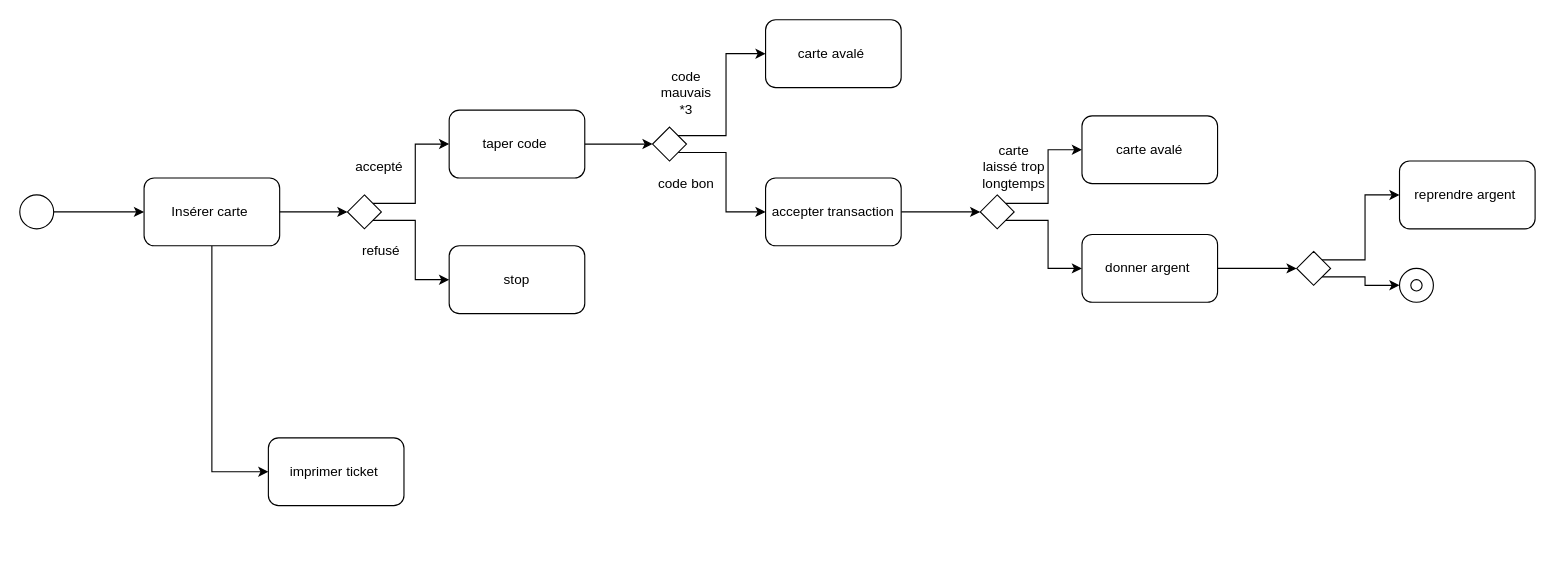
The draw.io diagram TD2/exercice_cours_C5.drawio in AlexisCou/Analyse, before the edit. Source tidied: cells renumbered, new cells numbered last; positions are measured from the earlier drawing's top-left corner, leaving out a move shared by most shapes. Both pictures are drawn from the tidied source at 113%, with x=0, y=0 at pixel (19, 19).
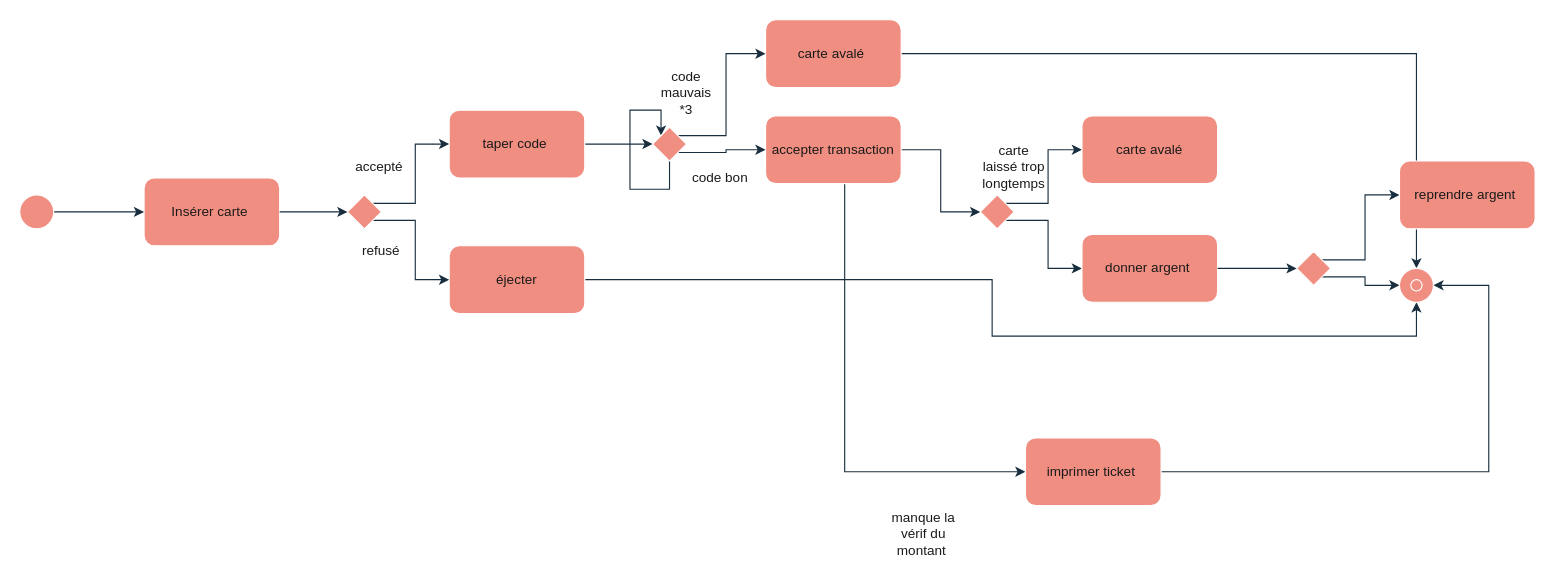
After the change.

Commit message:
Mettre à jour exercice_cours_C5.drawio

Change to the diagram source:
```diff
@@
-    <mxCell id="2" style="edgeStyle=orthogonalEdgeStyle;rounded=0;jettySize=auto;html=1;exitX=0.5;exitY=1;exitDx=0;exitDy=0;entryX=0;entryY=0.5;entryDx=0;entryDy=0;" parent="1" edge="1" source="3" target="23">
-      <mxGeometry relative="1" as="geometry" />
+    <mxCell id="2" style="edgeStyle=orthogonalEdgeStyle;rounded=0;jettySize=auto;html=1;exitX=0.5;exitY=1;exitDx=0;exitDy=0;entryX=0;entryY=0.5;entryDx=0;entryDy=0;labelBackgroundColor=none;strokeColor=#182E3E;fontColor=default;" parent="1" edge="1" target="23">
+      <mxGeometry relative="1" as="geometry">
+        <mxPoint x="730" y="145" as="sourcePoint" />
+        <Array as="points">
+          <mxPoint x="730" y="400" />
+        </Array>
+      </mxGeometry>
     </mxCell>
-    <mxCell id="3" value="Insérer carte&amp;nbsp;" style="rounded=1;whiteSpace=wrap;html=1;" parent="1" vertex="1">
+    <mxCell id="3" value="Insérer carte&amp;nbsp;" style="rounded=1;whiteSpace=wrap;html=1;labelBackgroundColor=none;fillColor=#F08E81;strokeColor=#FFFFFF;fontColor=#1A1A1A;" parent="1" vertex="1">
       <mxGeometry x="110" y="140" width="120" height="60" as="geometry" />
     </mxCell>
+    <mxCell id="37" style="edgeStyle=orthogonalEdgeStyle;rounded=0;jettySize=auto;html=1;entryX=0.5;entryY=0;entryDx=0;entryDy=0;strokeColor=#182E3E;fontColor=default;labelBackgroundColor=none;" parent="1" edge="1" source="4" target="34">
+      <mxGeometry relative="1" as="geometry" />
+    </mxCell>
-    <mxCell id="4" value="carte avalé&amp;nbsp;" style="rounded=1;whiteSpace=wrap;html=1;" parent="1" vertex="1">
+    <mxCell id="4" value="carte avalé&amp;nbsp;" style="rounded=1;whiteSpace=wrap;html=1;labelBackgroundColor=none;fillColor=#F08E81;strokeColor=#FFFFFF;fontColor=#1A1A1A;" parent="1" vertex="1">
       <mxGeometry x="660" width="120" height="60" as="geometry" />
     </mxCell>
-    <mxCell id="5" style="edgeStyle=orthogonalEdgeStyle;rounded=0;jettySize=auto;html=1;exitX=1;exitY=0.5;exitDx=0;exitDy=0;entryX=0;entryY=0.5;entryDx=0;entryDy=0;" parent="1" edge="1" source="6" target="26">
+    <mxCell id="5" style="edgeStyle=orthogonalEdgeStyle;rounded=0;jettySize=auto;html=1;exitX=1;exitY=0.5;exitDx=0;exitDy=0;entryX=0;entryY=0.5;entryDx=0;entryDy=0;labelBackgroundColor=none;strokeColor=#182E3E;fontColor=default;" parent="1" edge="1" source="6" target="26">
       <mxGeometry relative="1" as="geometry" />
     </mxCell>
-    <mxCell id="6" value="accepter transaction" style="rounded=1;whiteSpace=wrap;html=1;" parent="1" vertex="1">
-      <mxGeometry x="660" y="140" width="120" height="60" as="geometry" />
+    <mxCell id="6" value="accepter transaction" style="rounded=1;whiteSpace=wrap;html=1;labelBackgroundColor=none;fillColor=#F08E81;strokeColor=#FFFFFF;fontColor=#1A1A1A;" parent="1" vertex="1">
+      <mxGeometry x="660" y="85" width="120" height="60" as="geometry" />
     </mxCell>
-    <mxCell id="7" style="edgeStyle=orthogonalEdgeStyle;rounded=0;jettySize=auto;html=1;" parent="1" edge="1" source="8" target="20">
+    <mxCell id="7" style="edgeStyle=orthogonalEdgeStyle;rounded=0;jettySize=auto;html=1;labelBackgroundColor=none;strokeColor=#182E3E;fontColor=default;" parent="1" edge="1" source="8" target="20">
       <mxGeometry relative="1" as="geometry" />
     </mxCell>
-    <mxCell id="8" value="taper code&amp;nbsp;" style="rounded=1;whiteSpace=wrap;html=1;" parent="1" vertex="1">
+    <mxCell id="8" value="taper code&amp;nbsp;" style="rounded=1;whiteSpace=wrap;html=1;labelBackgroundColor=none;fillColor=#F08E81;strokeColor=#FFFFFF;fontColor=#1A1A1A;" parent="1" vertex="1">
       <mxGeometry x="380" y="80" width="120" height="60" as="geometry" />
     </mxCell>
+    <mxCell id="38" style="edgeStyle=orthogonalEdgeStyle;rounded=0;jettySize=auto;html=1;entryX=0.5;entryY=1;entryDx=0;entryDy=0;strokeColor=#182E3E;fontColor=default;labelBackgroundColor=none;" parent="1" edge="1" source="9" target="34">
+      <mxGeometry relative="1" as="geometry" />
+    </mxCell>
-    <mxCell id="9" value="stop" style="rounded=1;whiteSpace=wrap;html=1;" parent="1" vertex="1">
+    <mxCell id="9" value="éjecter" style="rounded=1;whiteSpace=wrap;html=1;labelBackgroundColor=none;fillColor=#F08E81;strokeColor=#FFFFFF;fontColor=#1A1A1A;" parent="1" vertex="1">
       <mxGeometry x="380" y="200" width="120" height="60" as="geometry" />
     </mxCell>
-    <mxCell id="10" style="edgeStyle=orthogonalEdgeStyle;rounded=0;jettySize=auto;html=1;exitX=1;exitY=0;exitDx=0;exitDy=0;entryX=0;entryY=0.5;entryDx=0;entryDy=0;" parent="1" edge="1" source="12" target="8">
+    <mxCell id="10" style="edgeStyle=orthogonalEdgeStyle;rounded=0;jettySize=auto;html=1;exitX=1;exitY=0;exitDx=0;exitDy=0;entryX=0;entryY=0.5;entryDx=0;entryDy=0;labelBackgroundColor=none;strokeColor=#182E3E;fontColor=default;" parent="1" edge="1" source="12" target="8">
       <mxGeometry relative="1" as="geometry" />
     </mxCell>
-    <mxCell id="11" style="edgeStyle=orthogonalEdgeStyle;rounded=0;jettySize=auto;html=1;exitX=1;exitY=1;exitDx=0;exitDy=0;entryX=0;entryY=0.5;entryDx=0;entryDy=0;" parent="1" edge="1" source="12" target="9">
+    <mxCell id="11" style="edgeStyle=orthogonalEdgeStyle;rounded=0;jettySize=auto;html=1;exitX=1;exitY=1;exitDx=0;exitDy=0;entryX=0;entryY=0.5;entryDx=0;entryDy=0;labelBackgroundColor=none;strokeColor=#182E3E;fontColor=default;" parent="1" edge="1" source="12" target="9">
       <mxGeometry relative="1" as="geometry" />
     </mxCell>
-    <mxCell id="12" style="rhombus;whiteSpace=wrap;html=1;" parent="1" vertex="1">
+    <mxCell id="12" style="rhombus;whiteSpace=wrap;html=1;labelBackgroundColor=none;fillColor=#F08E81;strokeColor=#FFFFFF;fontColor=#1A1A1A;" parent="1" vertex="1">
       <mxGeometry x="290" y="155" width="30" height="30" as="geometry" />
     </mxCell>
-    <mxCell id="13" style="endArrow=classic;html=1;rounded=0;exitX=1;exitY=0.5;exitDx=0;exitDy=0;entryX=0;entryY=0.5;entryDx=0;entryDy=0;" parent="1" edge="1" source="3" target="12">
+    <mxCell id="13" style="endArrow=classic;html=1;rounded=0;exitX=1;exitY=0.5;exitDx=0;exitDy=0;entryX=0;entryY=0.5;entryDx=0;entryDy=0;labelBackgroundColor=none;strokeColor=#182E3E;fontColor=default;" parent="1" edge="1" source="3" target="12">
       <mxGeometry relative="1" as="geometry" />
     </mxCell>
-    <mxCell id="14" value="accepté&amp;nbsp;" style="text;html=1;whiteSpace=wrap;strokeColor=none;fillColor=none;align=center;verticalAlign=middle;rounded=0;" parent="1" vertex="1">
+    <mxCell id="14" value="accepté&amp;nbsp;" style="text;html=1;whiteSpace=wrap;strokeColor=none;fillColor=none;align=center;verticalAlign=middle;rounded=0;labelBackgroundColor=none;fontColor=#1A1A1A;" parent="1" vertex="1">
       <mxGeometry x="290" y="115" width="60" height="30" as="geometry" />
     </mxCell>
-    <mxCell id="15" value="refusé" style="text;html=1;whiteSpace=wrap;strokeColor=none;fillColor=none;align=center;verticalAlign=middle;rounded=0;" parent="1" vertex="1">
+    <mxCell id="15" value="refusé" style="text;html=1;whiteSpace=wrap;strokeColor=none;fillColor=none;align=center;verticalAlign=middle;rounded=0;labelBackgroundColor=none;fontColor=#1A1A1A;" parent="1" vertex="1">
       <mxGeometry x="290" y="190" width="60" height="30" as="geometry" />
     </mxCell>
-    <mxCell id="16" style="edgeStyle=orthogonalEdgeStyle;rounded=0;jettySize=auto;html=1;entryX=0;entryY=0.5;entryDx=0;entryDy=0;" parent="1" edge="1" source="17" target="3">
+    <mxCell id="16" style="edgeStyle=orthogonalEdgeStyle;rounded=0;jettySize=auto;html=1;entryX=0;entryY=0.5;entryDx=0;entryDy=0;labelBackgroundColor=none;strokeColor=#182E3E;fontColor=default;" parent="1" edge="1" source="17" target="3">
       <mxGeometry relative="1" as="geometry" />
     </mxCell>
-    <mxCell id="17" style="ellipse;whiteSpace=wrap;html=1;fillColor=light-dark(#FFFFFF,#000000);" parent="1" vertex="1">
+    <mxCell id="17" style="ellipse;whiteSpace=wrap;html=1;fillColor=#F08E81;labelBackgroundColor=none;strokeColor=#FFFFFF;fontColor=#1A1A1A;" parent="1" vertex="1">
       <mxGeometry y="155" width="30" height="30" as="geometry" />
     </mxCell>
-    <mxCell id="18" style="edgeStyle=orthogonalEdgeStyle;rounded=0;jettySize=auto;html=1;exitX=1;exitY=0;exitDx=0;exitDy=0;entryX=0;entryY=0.5;entryDx=0;entryDy=0;" parent="1" edge="1" source="20" target="4">
+    <mxCell id="18" style="edgeStyle=orthogonalEdgeStyle;rounded=0;jettySize=auto;html=1;exitX=1;exitY=0;exitDx=0;exitDy=0;entryX=0;entryY=0.5;entryDx=0;entryDy=0;labelBackgroundColor=none;strokeColor=#182E3E;fontColor=default;" parent="1" edge="1" source="20" target="4">
       <mxGeometry relative="1" as="geometry" />
     </mxCell>
-    <mxCell id="19" style="edgeStyle=orthogonalEdgeStyle;rounded=0;jettySize=auto;html=1;exitX=1;exitY=1;exitDx=0;exitDy=0;entryX=0;entryY=0.5;entryDx=0;entryDy=0;" parent="1" edge="1" source="20" target="6">
+    <mxCell id="19" style="edgeStyle=orthogonalEdgeStyle;rounded=0;jettySize=auto;html=1;exitX=1;exitY=1;exitDx=0;exitDy=0;entryX=0;entryY=0.5;entryDx=0;entryDy=0;labelBackgroundColor=none;strokeColor=#182E3E;fontColor=default;" parent="1" edge="1" source="20" target="6">
       <mxGeometry relative="1" as="geometry" />
     </mxCell>
+    <mxCell id="39" style="edgeStyle=orthogonalEdgeStyle;rounded=0;orthogonalLoop=1;jettySize=auto;html=1;strokeColor=#182E3E;fontColor=default;entryX=0;entryY=0;entryDx=0;entryDy=0;labelBackgroundColor=none;" parent="1" edge="1" source="20" target="20">
+      <mxGeometry relative="1" as="geometry">
+        <Array as="points">
+          <mxPoint x="575" y="150" />
+          <mxPoint x="540" y="150" />
+          <mxPoint x="540" y="80" />
+          <mxPoint x="568" y="80" />
+        </Array>
+      </mxGeometry>
+    </mxCell>
-    <mxCell id="20" style="rhombus;whiteSpace=wrap;html=1;" parent="1" vertex="1">
+    <mxCell id="20" style="rhombus;whiteSpace=wrap;html=1;labelBackgroundColor=none;fillColor=#F08E81;strokeColor=#FFFFFF;fontColor=#1A1A1A;" parent="1" vertex="1">
       <mxGeometry x="560" y="95" width="30" height="30" as="geometry" />
     </mxCell>
-    <mxCell id="21" value="code bon" style="text;html=1;whiteSpace=wrap;strokeColor=none;fillColor=none;align=center;verticalAlign=middle;rounded=0;" parent="1" vertex="1">
-      <mxGeometry x="560" y="130" width="60" height="30" as="geometry" />
+    <mxCell id="21" value="code bon" style="text;html=1;whiteSpace=wrap;strokeColor=none;fillColor=none;align=center;verticalAlign=middle;rounded=0;labelBackgroundColor=none;fontColor=#1A1A1A;" parent="1" vertex="1">
+      <mxGeometry x="590" y="125" width="60" height="30" as="geometry" />
     </mxCell>
-    <mxCell id="22" value="code mauvais *3" style="text;html=1;whiteSpace=wrap;strokeColor=none;fillColor=none;align=center;verticalAlign=middle;rounded=0;" parent="1" vertex="1">
+    <mxCell id="22" value="code mauvais *3" style="text;html=1;whiteSpace=wrap;strokeColor=none;fillColor=none;align=center;verticalAlign=middle;rounded=0;labelBackgroundColor=none;fontColor=#1A1A1A;" parent="1" vertex="1">
       <mxGeometry x="560" y="50" width="60" height="30" as="geometry" />
     </mxCell>
+    <mxCell id="40" style="edgeStyle=orthogonalEdgeStyle;rounded=0;jettySize=auto;html=1;strokeColor=#182E3E;fontColor=default;entryX=1;entryY=0.5;entryDx=0;entryDy=0;labelBackgroundColor=none;" parent="1" edge="1" source="23" target="34">
+      <mxGeometry relative="1" as="geometry">
+        <Array as="points">
+          <mxPoint x="1300" y="400" />
+          <mxPoint x="1300" y="235" />
+        </Array>
+      </mxGeometry>
+    </mxCell>
-    <mxCell id="23" value="imprimer ticket&amp;nbsp;" style="rounded=1;whiteSpace=wrap;html=1;" parent="1" vertex="1">
-      <mxGeometry x="220" y="370" width="120" height="60" as="geometry" />
+    <mxCell id="23" value="imprimer ticket&amp;nbsp;" style="rounded=1;whiteSpace=wrap;html=1;labelBackgroundColor=none;fillColor=#F08E81;strokeColor=#FFFFFF;fontColor=#1A1A1A;" parent="1" vertex="1">
+      <mxGeometry x="890" y="370" width="120" height="60" as="geometry" />
     </mxCell>
-    <mxCell id="24" style="edgeStyle=orthogonalEdgeStyle;rounded=0;jettySize=auto;html=1;exitX=1;exitY=0;exitDx=0;exitDy=0;entryX=0;entryY=0.5;entryDx=0;entryDy=0;" parent="1" edge="1" source="26" target="27">
+    <mxCell id="24" style="edgeStyle=orthogonalEdgeStyle;rounded=0;jettySize=auto;html=1;exitX=1;exitY=0;exitDx=0;exitDy=0;entryX=0;entryY=0.5;entryDx=0;entryDy=0;labelBackgroundColor=none;strokeColor=#182E3E;fontColor=default;" parent="1" edge="1" source="26" target="27">
       <mxGeometry relative="1" as="geometry" />
     </mxCell>
-    <mxCell id="25" style="edgeStyle=orthogonalEdgeStyle;rounded=0;jettySize=auto;html=1;exitX=1;exitY=1;exitDx=0;exitDy=0;entryX=0;entryY=0.5;entryDx=0;entryDy=0;" parent="1" edge="1" source="26" target="28">
+    <mxCell id="25" style="edgeStyle=orthogonalEdgeStyle;rounded=0;jettySize=auto;html=1;exitX=1;exitY=1;exitDx=0;exitDy=0;entryX=0;entryY=0.5;entryDx=0;entryDy=0;labelBackgroundColor=none;strokeColor=#182E3E;fontColor=default;" parent="1" edge="1" source="26" target="28">
       <mxGeometry relative="1" as="geometry" />
     </mxCell>
-    <mxCell id="26" style="rhombus;whiteSpace=wrap;html=1;" parent="1" vertex="1">
+    <mxCell id="26" style="rhombus;whiteSpace=wrap;html=1;labelBackgroundColor=none;fillColor=#F08E81;strokeColor=#FFFFFF;fontColor=#1A1A1A;" parent="1" vertex="1">
       <mxGeometry x="850" y="155" width="30" height="30" as="geometry" />
     </mxCell>
-    <mxCell id="27" value="carte avalé" style="rounded=1;whiteSpace=wrap;html=1;" parent="1" vertex="1">
+    <mxCell id="27" value="carte avalé" style="rounded=1;whiteSpace=wrap;html=1;labelBackgroundColor=none;fillColor=#F08E81;strokeColor=#FFFFFF;fontColor=#1A1A1A;" parent="1" vertex="1">
       <mxGeometry x="940" y="85" width="120" height="60" as="geometry" />
     </mxCell>
-    <mxCell id="28" value="donner argent&amp;nbsp;" style="rounded=1;whiteSpace=wrap;html=1;" parent="1" vertex="1">
+    <mxCell id="28" value="donner argent&amp;nbsp;" style="rounded=1;whiteSpace=wrap;html=1;labelBackgroundColor=none;fillColor=#F08E81;strokeColor=#FFFFFF;fontColor=#1A1A1A;" parent="1" vertex="1">
       <mxGeometry x="940" y="190" width="120" height="60" as="geometry" />
     </mxCell>
-    <mxCell id="29" value="carte laissé trop longtemps" style="text;html=1;whiteSpace=wrap;strokeColor=none;fillColor=none;align=center;verticalAlign=middle;rounded=0;" parent="1" vertex="1">
+    <mxCell id="29" value="carte laissé trop longtemps" style="text;html=1;whiteSpace=wrap;strokeColor=none;fillColor=none;align=center;verticalAlign=middle;rounded=0;labelBackgroundColor=none;fontColor=#1A1A1A;" parent="1" vertex="1">
       <mxGeometry x="850" y="115" width="60" height="30" as="geometry" />
     </mxCell>
-    <mxCell id="30" style="edgeStyle=orthogonalEdgeStyle;rounded=0;jettySize=auto;html=1;exitX=1;exitY=0;exitDx=0;exitDy=0;entryX=0;entryY=0.5;entryDx=0;entryDy=0;" parent="1" edge="1" source="32" target="33">
+    <mxCell id="30" style="edgeStyle=orthogonalEdgeStyle;rounded=0;jettySize=auto;html=1;exitX=1;exitY=0;exitDx=0;exitDy=0;entryX=0;entryY=0.5;entryDx=0;entryDy=0;labelBackgroundColor=none;strokeColor=#182E3E;fontColor=default;" parent="1" edge="1" source="32" target="33">
       <mxGeometry relative="1" as="geometry" />
     </mxCell>
-    <mxCell id="31" style="edgeStyle=orthogonalEdgeStyle;rounded=0;jettySize=auto;html=1;exitX=1;exitY=1;exitDx=0;exitDy=0;entryX=0;entryY=0.5;entryDx=0;entryDy=0;" parent="1" edge="1" source="32" target="34">
+    <mxCell id="31" style="edgeStyle=orthogonalEdgeStyle;rounded=0;jettySize=auto;html=1;exitX=1;exitY=1;exitDx=0;exitDy=0;entryX=0;entryY=0.5;entryDx=0;entryDy=0;labelBackgroundColor=none;strokeColor=#182E3E;fontColor=default;" parent="1" edge="1" source="32" target="34">
       <mxGeometry relative="1" as="geometry" />
     </mxCell>
-    <mxCell id="32" style="rhombus;whiteSpace=wrap;html=1;" parent="1" vertex="1">
+    <mxCell id="32" style="rhombus;whiteSpace=wrap;html=1;labelBackgroundColor=none;fillColor=#F08E81;strokeColor=#FFFFFF;fontColor=#1A1A1A;" parent="1" vertex="1">
       <mxGeometry x="1130" y="205" width="30" height="30" as="geometry" />
     </mxCell>
-    <mxCell id="33" value="reprendre argent&amp;nbsp;" style="rounded=1;whiteSpace=wrap;html=1;" parent="1" vertex="1">
+    <mxCell id="33" value="reprendre argent&amp;nbsp;" style="rounded=1;whiteSpace=wrap;html=1;labelBackgroundColor=none;fillColor=#F08E81;strokeColor=#FFFFFF;fontColor=#1A1A1A;" parent="1" vertex="1">
       <mxGeometry x="1221" y="125" width="120" height="60" as="geometry" />
     </mxCell>
-    <mxCell id="34" style="ellipse;whiteSpace=wrap;html=1;" parent="1" vertex="1">
+    <mxCell id="34" style="ellipse;whiteSpace=wrap;html=1;labelBackgroundColor=none;fillColor=#F08E81;strokeColor=#FFFFFF;fontColor=#1A1A1A;" parent="1" vertex="1">
       <mxGeometry x="1221" y="220" width="30" height="30" as="geometry" />
     </mxCell>
-    <mxCell id="35" style="ellipse;whiteSpace=wrap;html=1;fillColor=light-dark(#FFFFFF,#000000);" parent="1" vertex="1">
+    <mxCell id="35" style="ellipse;whiteSpace=wrap;html=1;fillColor=#F08E81;labelBackgroundColor=none;strokeColor=#FFFFFF;fontColor=#1A1A1A;" parent="1" vertex="1">
       <mxGeometry x="1231" y="230" width="10" height="10" as="geometry" />
     </mxCell>
-    <mxCell id="36" style="endArrow=classic;html=1;rounded=0;exitX=1;exitY=0.5;exitDx=0;exitDy=0;entryX=0;entryY=0.5;entryDx=0;entryDy=0;" parent="1" edge="1" source="28" target="32">
+    <mxCell id="36" style="endArrow=classic;html=1;rounded=0;exitX=1;exitY=0.5;exitDx=0;exitDy=0;entryX=0;entryY=0.5;entryDx=0;entryDy=0;labelBackgroundColor=none;strokeColor=#182E3E;fontColor=default;" parent="1" edge="1" source="28" target="32">
       <mxGeometry relative="1" as="geometry" />
     </mxCell>
+    <mxCell id="41" value="manque la vérif du montant&amp;nbsp;" style="text;html=1;whiteSpace=wrap;strokeColor=none;fillColor=none;align=center;verticalAlign=middle;rounded=0;fontColor=#1A1A1A;labelBackgroundColor=none;" parent="1" vertex="1">
+      <mxGeometry x="770" y="440" width="60" height="30" as="geometry" />
+    </mxCell>
```
